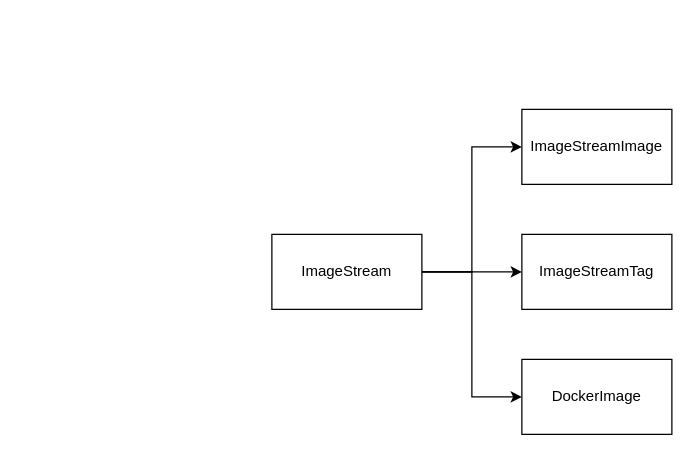
The draw.io diagram page "Image Stream" (3 of 16) of k8s.drawio in ohbyeongmin/resource-relationship, before the edit. Source tidied: cells renumbered, new cells numbered last; positions are measured from the earlier drawing's top-left corner, leaving out a move shared by most shapes. Both pictures are drawn from the tidied source at 125%, with x=0, y=0 at pixel (271, 109).
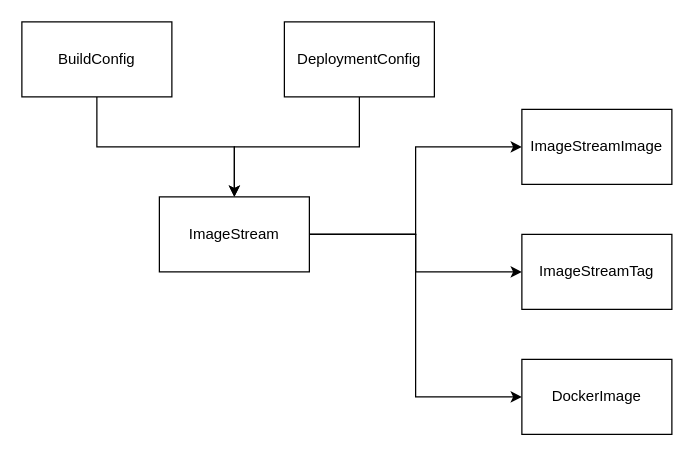
Above is the later version.

What changed in the source:
```diff
@@
 <mxGraphModel>
   <root>
     <mxCell id="0" />
     <mxCell id="1" parent="0" />
     <mxCell id="2" style="edgeStyle=orthogonalEdgeStyle;rounded=0;jettySize=auto;html=1;" parent="1" edge="1" source="5" target="6">
       <mxGeometry relative="1" as="geometry" />
     </mxCell>
     <mxCell id="3" style="edgeStyle=orthogonalEdgeStyle;rounded=0;jettySize=auto;html=1;exitX=1;exitY=0.5;exitDx=0;exitDy=0;entryX=0;entryY=0.5;entryDx=0;entryDy=0;" parent="1" edge="1" source="5" target="7">
       <mxGeometry relative="1" as="geometry" />
     </mxCell>
     <mxCell id="4" style="edgeStyle=orthogonalEdgeStyle;rounded=0;jettySize=auto;html=1;entryX=0;entryY=0.5;entryDx=0;entryDy=0;" parent="1" edge="1" source="5" target="8">
       <mxGeometry relative="1" as="geometry" />
     </mxCell>
+    <mxCell id="9" style="edgeStyle=orthogonalEdgeStyle;rounded=0;jettySize=auto;html=1;entryX=0.5;entryY=0;entryDx=0;entryDy=0;exitX=0.5;exitY=1;exitDx=0;exitDy=0;" parent="1" edge="1" source="11" target="5">
+      <mxGeometry relative="1" as="geometry" />
+    </mxCell>
+    <mxCell id="10" style="edgeStyle=orthogonalEdgeStyle;rounded=0;jettySize=auto;html=1;exitX=0.5;exitY=1;exitDx=0;exitDy=0;entryX=0.5;entryY=0;entryDx=0;entryDy=0;" parent="1" edge="1" source="12" target="5">
+      <mxGeometry relative="1" as="geometry" />
+    </mxCell>
     <mxCell id="5" value="ImageStream" style="rounded=0;whiteSpace=wrap;html=1;" parent="1" vertex="1">
-      <mxGeometry y="100" width="120" height="60" as="geometry" />
+      <mxGeometry x="-90" y="70" width="120" height="60" as="geometry" />
     </mxCell>
     <mxCell id="6" value="ImageStreamTag" style="whiteSpace=wrap;html=1;rounded=0;" parent="1" vertex="1">
       <mxGeometry x="200" y="100" width="120" height="60" as="geometry" />
     </mxCell>
     <mxCell id="7" value="ImageStreamImage" style="whiteSpace=wrap;html=1;rounded=0;" parent="1" vertex="1">
       <mxGeometry x="200" width="120" height="60" as="geometry" />
     </mxCell>
     <mxCell id="8" value="DockerImage" style="whiteSpace=wrap;html=1;rounded=0;" parent="1" vertex="1">
       <mxGeometry x="200" y="200" width="120" height="60" as="geometry" />
     </mxCell>
+    <mxCell id="11" value="BuildConfig" style="whiteSpace=wrap;html=1;rounded=0;" parent="1" vertex="1">
+      <mxGeometry x="-200" y="-70" width="120" height="60" as="geometry" />
+    </mxCell>
+    <mxCell id="12" value="DeploymentConfig" style="whiteSpace=wrap;html=1;rounded=0;" parent="1" vertex="1">
+      <mxGeometry x="10" y="-70" width="120" height="60" as="geometry" />
+    </mxCell>
   </root>
 </mxGraphModel>
```
